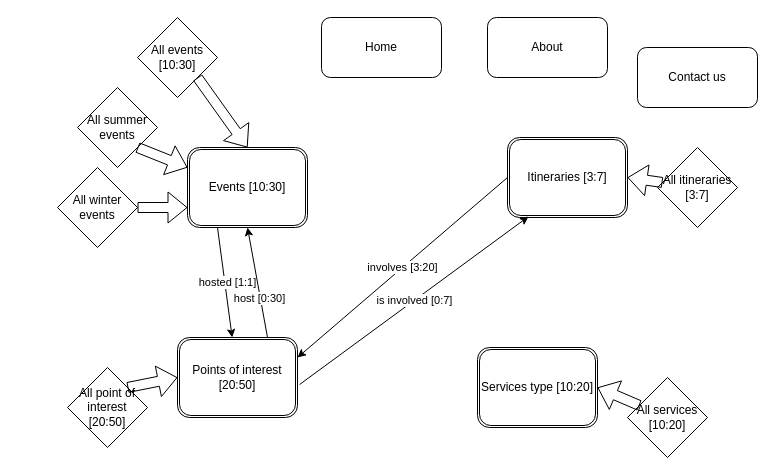
Earlier version of the draw.io diagram Design-part/drawio/UX diagram part A1 HYP.drawio (SebastianCastellano/Hypermedia-Project). Source tidied: cells renumbered, new cells numbered last; positions are measured from the earlier drawing's top-left corner, leaving out a move shared by most shapes. Both pictures are drawn from the tidied source at 100%, with x=0, y=0 at pixel (57, 17).
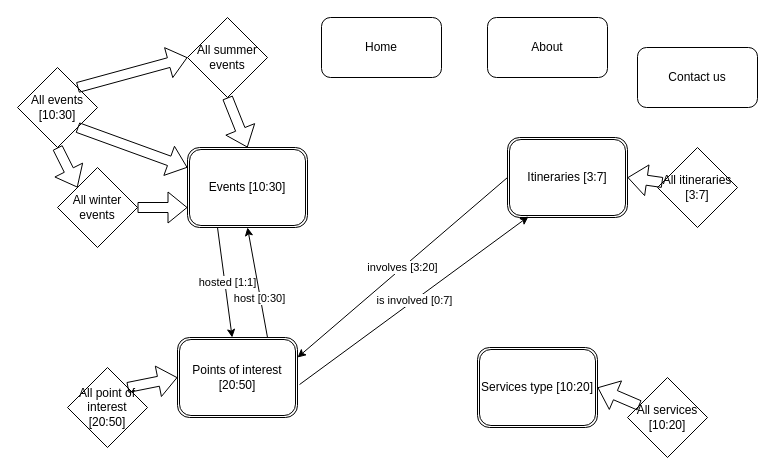
The same page after the edit.

Commit message (it also covers changes not shown here):
Updated C-IDM schema

Unchanged cells that the change refers to:
```xml
<mxCell id="2" value="Events [10:30]" style="shape=ext;double=1;rounded=1;whiteSpace=wrap;html=1;" parent="1" vertex="1">
  <mxGeometry x="130" y="130" width="120" height="80" as="geometry" />
</mxCell>
<mxCell id="15" value="All winter events" style="rhombus;whiteSpace=wrap;html=1;" parent="1" vertex="1">
  <mxGeometry y="150" width="80" height="80" as="geometry" />
</mxCell>
```

Diff of the diagram source:
```diff
@@
     <mxCell id="13" value="All events [10:30]" style="rhombus;whiteSpace=wrap;html=1;" parent="1" vertex="1">
-      <mxGeometry x="80" width="80" height="80" as="geometry" />
+      <mxGeometry x="-40" y="50" width="80" height="80" as="geometry" />
     </mxCell>
     <mxCell id="14" value="All summer events" style="rhombus;whiteSpace=wrap;html=1;" parent="1" vertex="1">
-      <mxGeometry x="20" y="70" width="80" height="80" as="geometry" />
+      <mxGeometry x="130" width="80" height="80" as="geometry" />
     </mxCell>
@@
-    <mxCell id="22" style="shape=flexArrow;endArrow=classic;html=1;rounded=0;exitX=1;exitY=1;exitDx=0;exitDy=0;entryX=0.5;entryY=0;entryDx=0;entryDy=0;" parent="1" edge="1" source="13" target="2">
-      <mxGeometry relative="1" as="geometry" />
+    <mxCell id="22" style="shape=flexArrow;endArrow=classic;html=1;rounded=0;exitX=1;exitY=1;exitDx=0;exitDy=0;" parent="1" edge="1" source="13">
+      <mxGeometry relative="1" as="geometry">
+        <mxPoint x="130" y="150" as="targetPoint" />
+      </mxGeometry>
     </mxCell>
-    <mxCell id="23" style="shape=flexArrow;endArrow=classic;html=1;rounded=0;exitX=1;exitY=1;exitDx=0;exitDy=0;entryX=0;entryY=0.25;entryDx=0;entryDy=0;" parent="1" edge="1" source="14" target="2">
+    <mxCell id="23" style="shape=flexArrow;endArrow=classic;html=1;rounded=0;exitX=0.5;exitY=1;exitDx=0;exitDy=0;entryX=0.5;entryY=0;entryDx=0;entryDy=0;" parent="1" edge="1" source="14" target="2">
       <mxGeometry relative="1" as="geometry" />
     </mxCell>
@@
+    <mxCell id="27" style="shape=flexArrow;endArrow=classic;html=1;rounded=0;exitX=0.5;exitY=1;exitDx=0;exitDy=0;entryX=0;entryY=0;entryDx=0;entryDy=0;" parent="1" edge="1" source="13" target="15">
+      <mxGeometry relative="1" as="geometry" />
+    </mxCell>
+    <mxCell id="28" style="shape=flexArrow;endArrow=classic;html=1;rounded=0;exitX=1;exitY=0;exitDx=0;exitDy=0;entryX=0;entryY=0.5;entryDx=0;entryDy=0;" parent="1" edge="1" source="13" target="14">
+      <mxGeometry relative="1" as="geometry" />
+    </mxCell>
```
